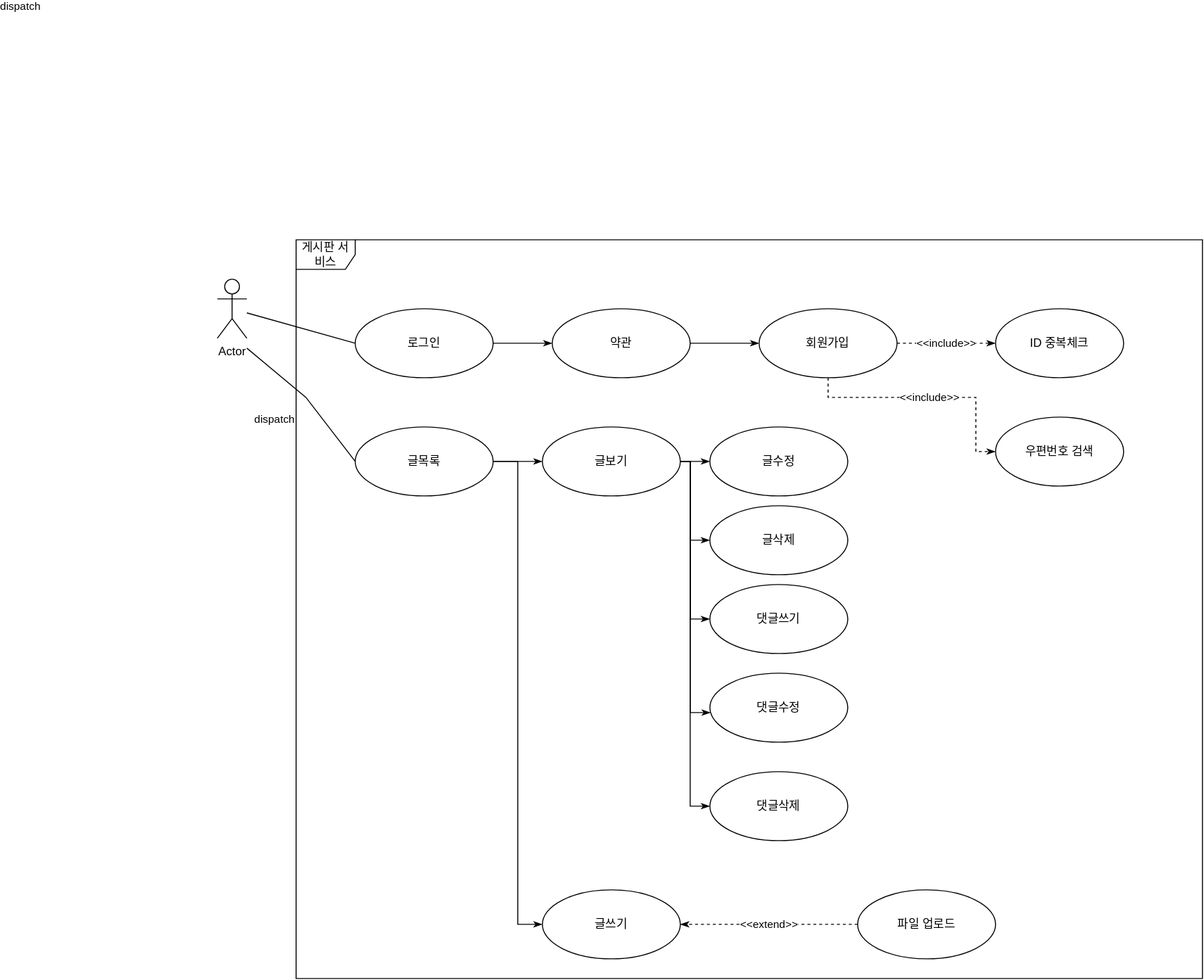
vhfl1/JSP keeps this draw.io diagram as jBoard1/게시판 서비스.drawio.svg. Above is the earlier version. Source tidied: cells renumbered, new cells last; positions are measured from the earlier drawing's top-left corner, leaving out a move shared by most shapes.
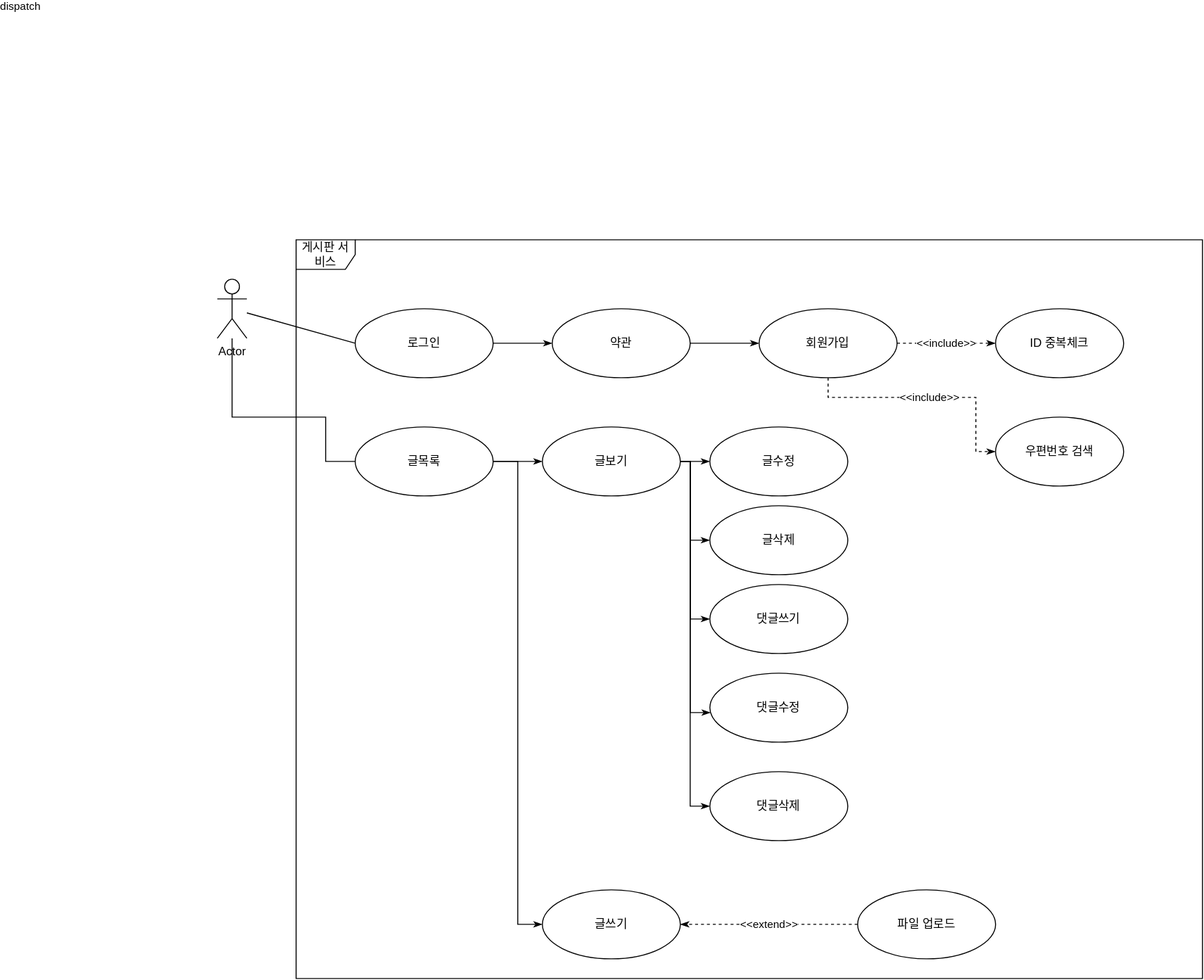
After the change.

Commit message:
게시판 서비스.drawio.svg 업데이트

Change to the diagram source:
```diff
@@ -2,6 +2,15 @@
   <root>
     <mxCell id="0" />
     <mxCell id="1" parent="0" />
+    <mxCell id="32" style="edgeStyle=orthogonalEdgeStyle;rounded=0;jettySize=auto;html=1;endArrow=none;endFill=0;" parent="1" edge="1" source="2" target="8">
+      <mxGeometry relative="1" as="geometry">
+        <Array as="points">
+          <mxPoint x="15" y="180" />
+          <mxPoint x="110" y="180" />
+          <mxPoint x="110" y="225" />
+        </Array>
+      </mxGeometry>
+    </mxCell>
     <mxCell id="2" value="Actor" style="shape=umlActor;verticalLabelPosition=bottom;verticalAlign=top;html=1;" parent="1" vertex="1">
       <mxGeometry y="40" width="30" height="60" as="geometry" />
     </mxCell>
@@ -28,14 +37,6 @@
         <mxPoint x="-360" y="162" as="offset" />
       </mxGeometry>
     </mxCell>
-    <mxCell id="10" value="dispatch" style="html=1;verticalAlign=bottom;endArrow=none;rounded=0;entryX=1;entryY=0.5;entryDx=0;entryDy=0;endFill=0;" parent="1" edge="1" target="8">
-      <mxGeometry x="0.04" y="-44" relative="1" as="geometry">
-        <mxPoint x="30" y="110" as="sourcePoint" />
-        <Array as="points">
-          <mxPoint x="90" y="160" />
-        </Array>
-      </mxGeometry>
-    </mxCell>
     <mxCell id="11" style="edgeStyle=orthogonalEdgeStyle;rounded=0;jettySize=auto;html=1;exitX=1;exitY=0.5;exitDx=0;exitDy=0;endArrow=classicThin;endFill=1;" parent="1" edge="1" source="12" target="15">
       <mxGeometry relative="1" as="geometry" />
     </mxCell>
```
